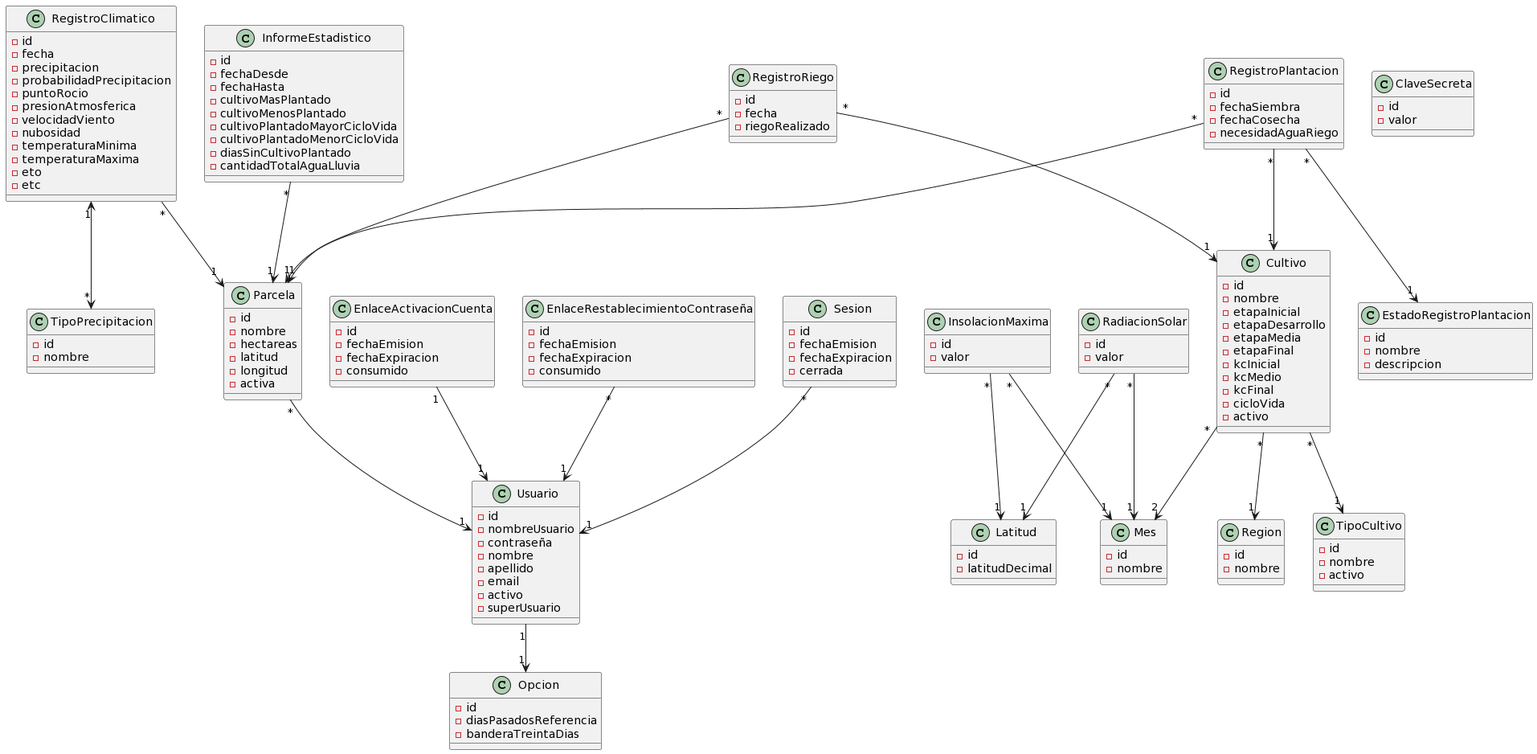
Before: docs/domain model/Modelo de dominio.png, a diagram exported from PlantUML (facundopaez-dev/sistema-web-riego).
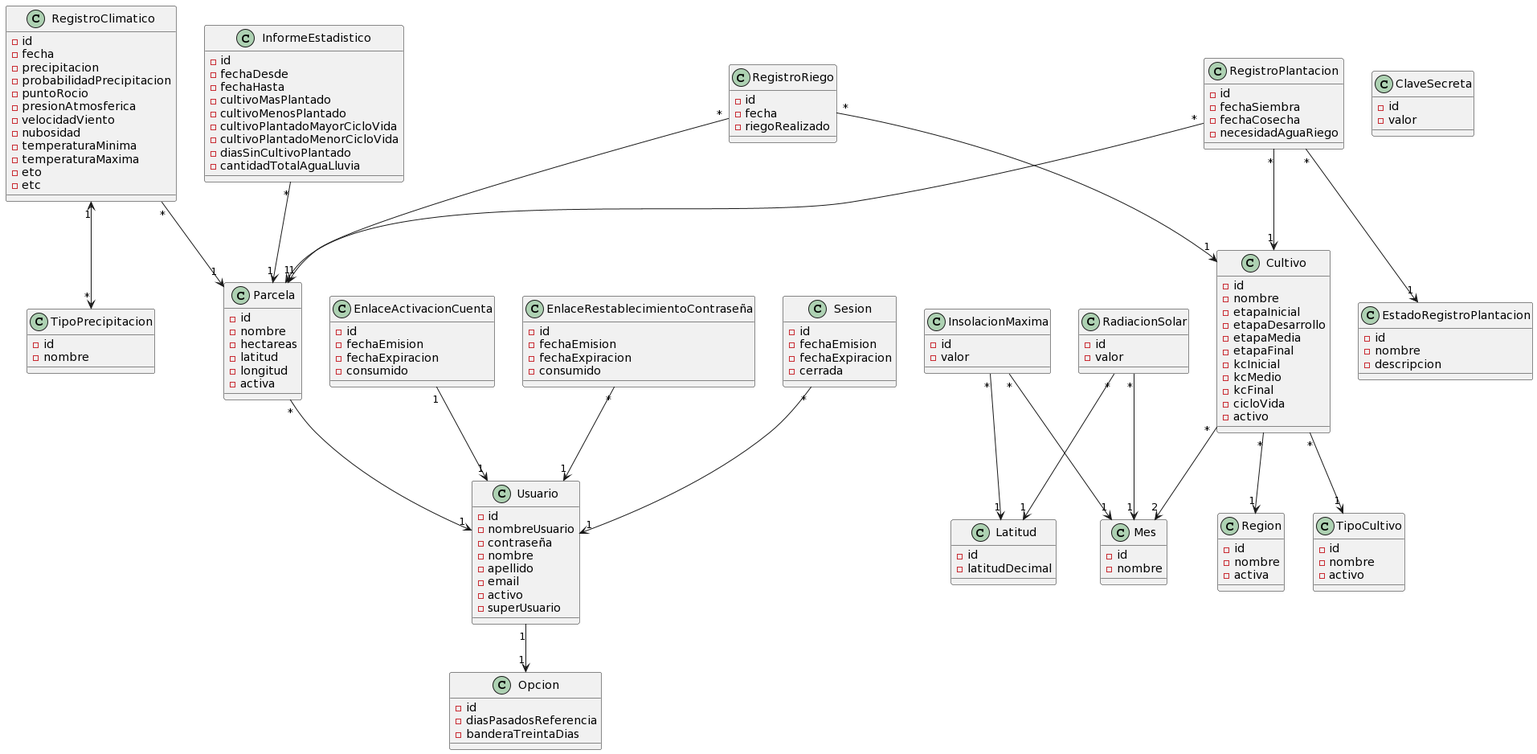
The same diagram one commit later.

Commit message:
Atributo activa agregado al modelo de datos de la región

What changed in the source:
```diff
@@ -64,6 +64,7 @@
 class Region {
 -id
 -nombre
+-activa
 }
 
 class RegistroClimatico {
```
